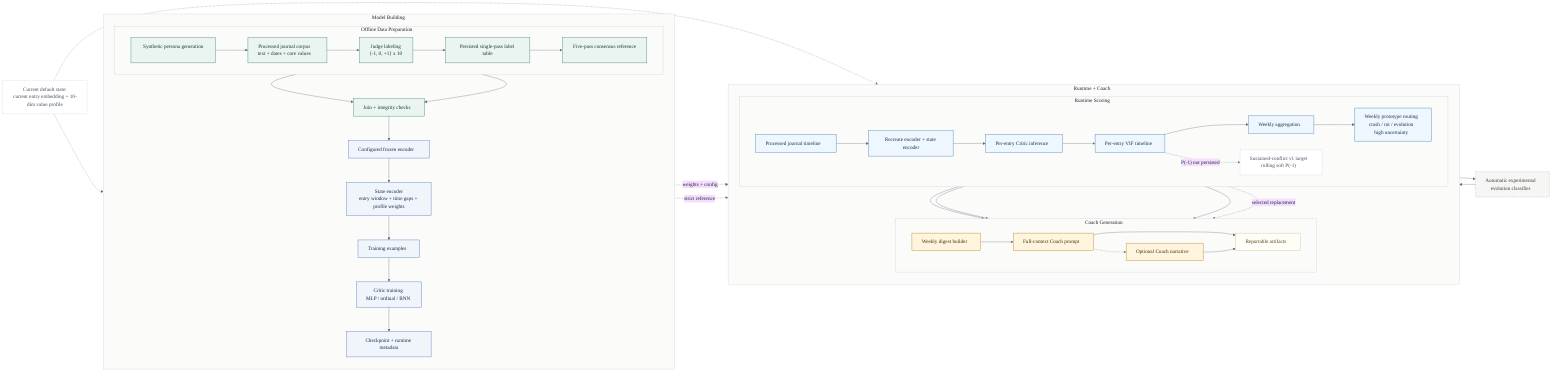
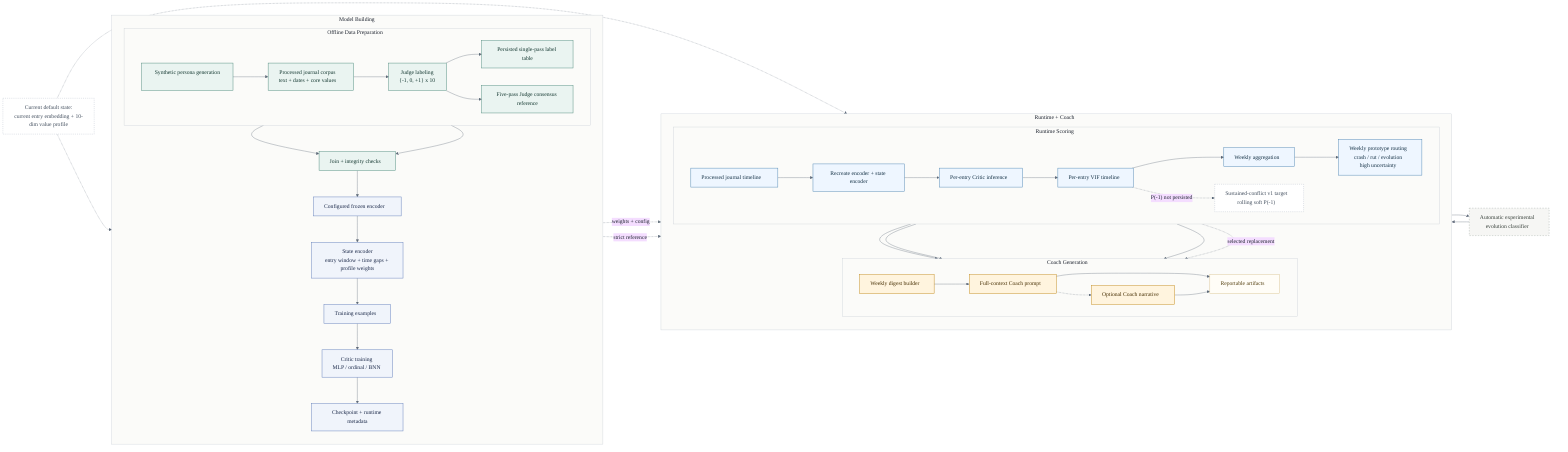
%%{init: {
  'theme': 'base',
  'themeVariables': {
    'fontFamily': 'Aptos, Calibri, Arial, sans-serif',
    'background': '#FFFFFF',
    'lineColor': '#5F6B7A',
    'primaryTextColor': '#1E2430',
    'secondaryTextColor': '#1E2430',
    'tertiaryTextColor': '#1E2430',
    'clusterBkg': '#FBFBF9',
    'clusterBorder': '#C7CDD4'
  }
}}%%
flowchart LR
    classDef prep fill:#EAF4F1,stroke:#4E8A7C,color:#143831,stroke-width:1.3px;
    classDef train fill:#F0F4FB,stroke:#607DBA,color:#1C2A4A,stroke-width:1.3px;
    classDef run fill:#EEF6FF,stroke:#4F86B3,color:#153246,stroke-width:1.3px;
    classDef coach fill:#FFF4DE,stroke:#C28A1B,color:#473004,stroke-width:1.3px;
    classDef optional fill:#F6F6F4,stroke:#9AA39D,color:#38413B,stroke-dasharray: 4 4,stroke-width:1.1px;
    classDef artifact fill:#FFFDF7,stroke:#D3B980,color:#564212,stroke-width:1.1px;
    classDef note fill:#FFFFFF,stroke:#AAB4C2,color:#44505F,stroke-dasharray: 3 3;

    subgraph build_lane["Model Building"]
        direction TB
        subgraph prep_lane["Offline Data Preparation"]
            direction LR
            generator["Synthetic persona generation"]
            wrangled["Processed journal corpus<br/>text + dates + core values"]
            judge["Judge labeling<br/>{-1, 0, +1} x 10"]
            labels["Persisted single-pass label table"]
-             consensus["Five-pass consensus reference"]
+             consensus["Five-pass Judge consensus reference"]
            generator --> wrangled --> judge --> labels
-             labels --> consensus
+             judge --> consensus
        end

        merge["Join + integrity checks"]
        encoder_train["Configured frozen encoder"]
        state_train["State encoder<br/>entry window + time gaps + profile weights"]
        samples["Training examples"]
        critic_train["Critic training<br/>MLP / ordinal / BNN"]
        checkpoint["Checkpoint + runtime metadata"]

        wrangled --> merge
        labels --> merge
        merge --> encoder_train --> state_train --> samples --> critic_train --> checkpoint
    end

    subgraph product_lane["Runtime + Coach"]
        direction TB
        subgraph run_lane["Runtime Scoring"]
            direction LR
            runtime_input["Processed journal timeline"]
            state_runtime["Recreate encoder + state encoder"]
            critic["Per-entry Critic inference"]
            timeline["Per-entry VIF timeline"]
            weekly["Weekly aggregation"]
            drift["Weekly prototype routing<br/>crash / rut / evolution<br/>high uncertainty"]
            drift_v1["Sustained-conflict v1 target<br/>rolling soft P(-1)"]
            runtime_input --> state_runtime --> critic --> timeline --> weekly --> drift
        end

        subgraph coach_lane["Coach Generation"]
            direction LR
            digest["Weekly digest builder"]
            prompt["Full-context Coach prompt"]
            narrative["Optional Coach narrative"]
            exports["Reportable artifacts"]
            digest --> prompt
            prompt -.-> narrative
            prompt --> exports
            narrative --> exports
        end
    end

    checkpoint -. "weights + config" .-> state_runtime
    runtime_input --> digest
    weekly --> digest
    drift --> digest
    timeline -. "P(-1) not persisted" .-> drift_v1
    consensus -. "strict reference" .-> drift_v1
    drift_v1 -. "selected replacement" .-> digest

    evolution["Automatic experimental<br/>evolution classifier"]
    weekly --> evolution --> drift

    state_note["Current default state:<br/>current entry embedding + 10-dim value profile"]
    state_note -.-> state_train
    state_note -.-> state_runtime

    class generator,wrangled,judge,labels,consensus,merge prep;
    class encoder_train,state_train,samples,critic_train,checkpoint train;
    class runtime_input,state_runtime,critic,timeline,weekly,drift run;
    class digest,prompt,narrative coach;
    class evolution optional;
    class exports artifact;
    class state_note,drift_v1 note;
